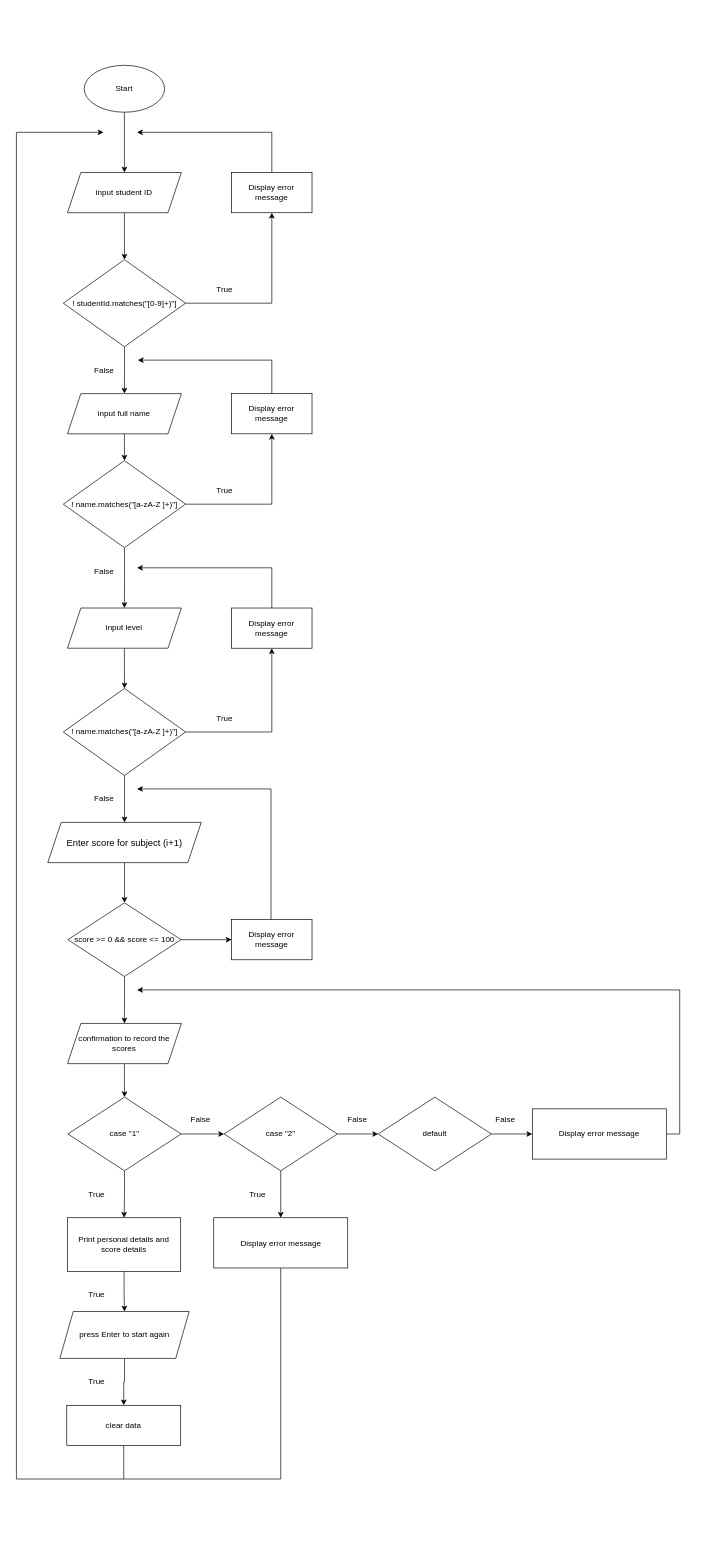
Earlier version of the draw.io diagram Portfolio2.drawio (i4GS/test). Source tidied: cells renumbered, new cells numbered last; positions are measured from the earlier drawing's top-left corner, leaving out a move shared by most shapes. Both pictures are drawn from the tidied source at 67%, with x=0, y=0 at pixel (16, 65).
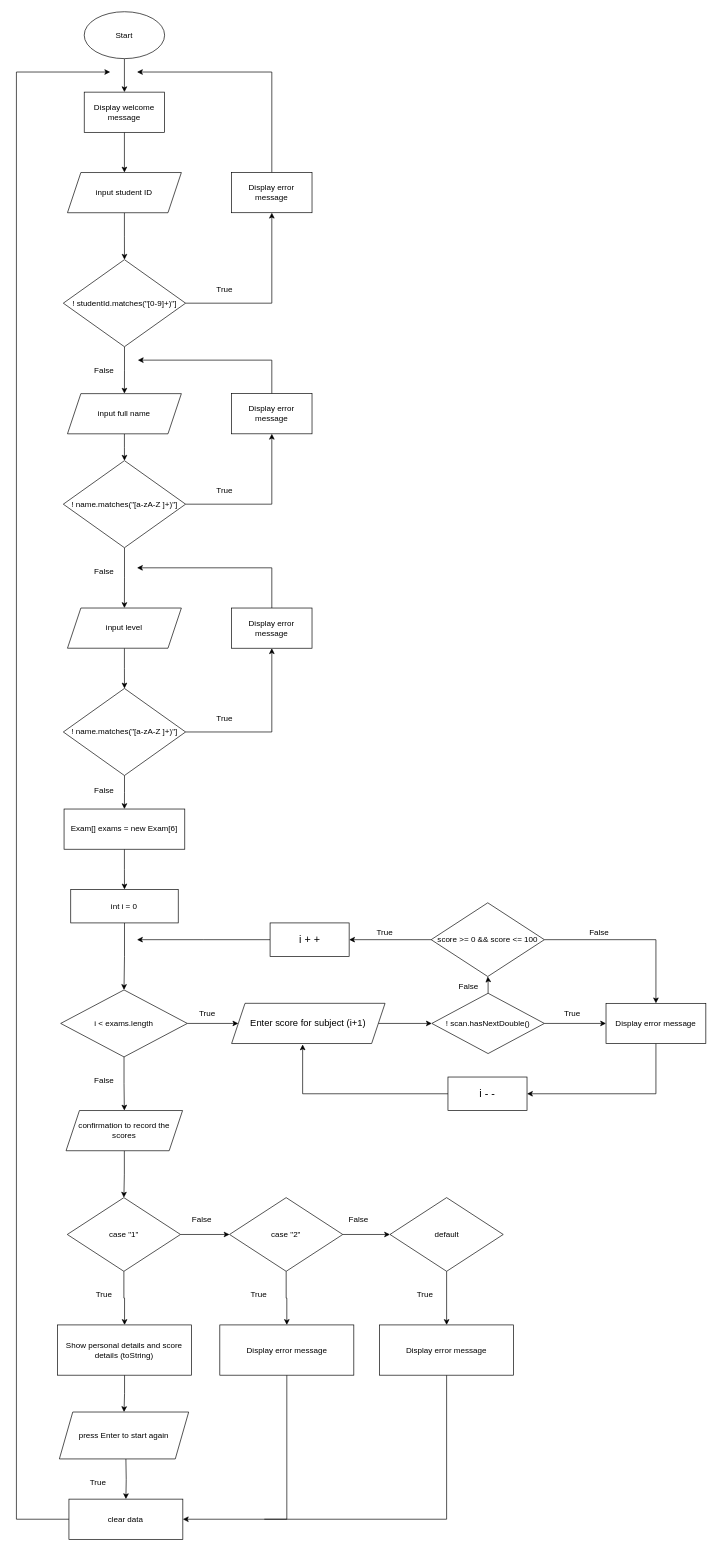
The same page after the edit.

The change refers to these unchanged cells:
```xml
<mxCell id="5" value="input student ID" style="shape=parallelogram;perimeter=parallelogramPerimeter;whiteSpace=wrap;html=1;fixedSize=1;" parent="1" vertex="1">
  <mxGeometry x="76.2" y="160" width="170" height="60" as="geometry" />
</mxCell>
<mxCell id="7" value="Display error message" style="rounded=0;whiteSpace=wrap;html=1;" parent="1" vertex="1">
  <mxGeometry x="321.2" y="160" width="120" height="60" as="geometry" />
</mxCell>
<mxCell id="25" value="! name.matches(&quot;[a-zA-Z ]+)&quot;]" style="rhombus;whiteSpace=wrap;html=1;" parent="1" vertex="1">
  <mxGeometry x="70" y="930" width="182.5" height="130" as="geometry" />
</mxCell>
```

Change to the diagram source:
```diff
@@
-    <mxCell id="2" style="edgeStyle=orthogonalEdgeStyle;rounded=0;jettySize=auto;html=1;" parent="1" edge="1" source="3" target="5">
-      <mxGeometry relative="1" as="geometry" />
-    </mxCell>
+    <mxCell id="65" style="edgeStyle=orthogonalEdgeStyle;rounded=0;jettySize=auto;html=1;" parent="1" edge="1" source="3" target="78">
+      <mxGeometry relative="1" as="geometry" />
+    </mxCell>
     <mxCell id="3" value="Start" style="ellipse;whiteSpace=wrap;html=1;" parent="1" vertex="1">
-      <mxGeometry x="101.2" width="120" height="70" as="geometry" />
+      <mxGeometry x="101.2" y="-80" width="120" height="70" as="geometry" />
     </mxCell>
@@
     <mxCell id="6" style="edgeStyle=orthogonalEdgeStyle;rounded=0;jettySize=auto;html=1;" parent="1" edge="1" source="7">
       <mxGeometry relative="1" as="geometry">
-        <mxPoint x="180" y="100" as="targetPoint" />
+        <mxPoint x="180" y="10" as="targetPoint" />
         <Array as="points">
-          <mxPoint x="381" y="100" />
+          <mxPoint x="381" y="10" />
+          <mxPoint x="180" y="10" />
         </Array>
       </mxGeometry>
     </mxCell>
@@
-    <mxCell id="24" style="edgeStyle=orthogonalEdgeStyle;rounded=0;jettySize=auto;html=1;" parent="1" edge="1" source="25" target="31">
-      <mxGeometry relative="1" as="geometry" />
-    </mxCell>
+    <mxCell id="66" style="edgeStyle=orthogonalEdgeStyle;rounded=0;jettySize=auto;html=1;" parent="1" edge="1" source="25" target="74">
+      <mxGeometry relative="1" as="geometry" />
+    </mxCell>
@@
-    <mxCell id="30" style="edgeStyle=orthogonalEdgeStyle;rounded=0;jettySize=auto;html=1;" parent="1" edge="1" source="31" target="34">
-      <mxGeometry relative="1" as="geometry" />
-    </mxCell>
+    <mxCell id="67" style="edgeStyle=orthogonalEdgeStyle;rounded=0;jettySize=auto;html=1;" parent="1" edge="1" source="31" target="86">
+      <mxGeometry relative="1" as="geometry" />
+    </mxCell>
     <mxCell id="31" value="&lt;font style=&quot;font-size: 14px;&quot;&gt;Enter score for subject (i+1)&lt;/font&gt;" style="shape=parallelogram;perimeter=parallelogramPerimeter;whiteSpace=wrap;html=1;fixedSize=1;" parent="1" vertex="1">
-      <mxGeometry x="46.8" y="1130" width="229" height="60" as="geometry" />
+      <mxGeometry x="321.2" y="1400" width="229" height="60" as="geometry" />
     </mxCell>
-    <mxCell id="32" style="edgeStyle=orthogonalEdgeStyle;rounded=0;jettySize=auto;html=1;entryX=0;entryY=0.5;entryDx=0;entryDy=0;" parent="1" edge="1" source="34" target="36">
-      <mxGeometry relative="1" as="geometry" />
-    </mxCell>
-    <mxCell id="33" style="edgeStyle=orthogonalEdgeStyle;rounded=0;jettySize=auto;html=1;" parent="1" edge="1" source="34" target="38">
-      <mxGeometry relative="1" as="geometry" />
-    </mxCell>
+    <mxCell id="68" style="edgeStyle=orthogonalEdgeStyle;rounded=0;jettySize=auto;html=1;entryX=1;entryY=0.5;entryDx=0;entryDy=0;" parent="1" edge="1" source="34" target="89">
+      <mxGeometry relative="1" as="geometry" />
+    </mxCell>
+    <mxCell id="69" style="edgeStyle=orthogonalEdgeStyle;rounded=0;jettySize=auto;html=1;entryX=0.5;entryY=0;entryDx=0;entryDy=0;" parent="1" edge="1" source="34" target="80">
+      <mxGeometry relative="1" as="geometry" />
+    </mxCell>
     <mxCell id="34" value="score &amp;gt;= 0 &amp;amp;&amp;amp; score &amp;lt;= 100" style="rhombus;whiteSpace=wrap;html=1;" parent="1" vertex="1">
-      <mxGeometry x="76.8" y="1250" width="169" height="110" as="geometry" />
+      <mxGeometry x="619" y="1250" width="169" height="110" as="geometry" />
     </mxCell>
-    <mxCell id="35" style="edgeStyle=orthogonalEdgeStyle;rounded=0;jettySize=auto;html=1;" parent="1" edge="1" source="36">
-      <mxGeometry relative="1" as="geometry">
-        <mxPoint x="180" y="1080" as="targetPoint" />
-        <Array as="points">
-          <mxPoint x="380" y="1080" />
-        </Array>
-      </mxGeometry>
-    </mxCell>
-    <mxCell id="36" value="Display error message" style="rounded=0;whiteSpace=wrap;html=1;" parent="1" vertex="1">
-      <mxGeometry x="321.2" y="1275" width="120" height="60" as="geometry" />
-    </mxCell>
@@
     <mxCell id="38" value="confirmation to record the scores" style="shape=parallelogram;perimeter=parallelogramPerimeter;whiteSpace=wrap;html=1;fixedSize=1;" parent="1" vertex="1">
-      <mxGeometry x="76.2" y="1430" width="170" height="60" as="geometry" />
+      <mxGeometry x="74.1" y="1560" width="173.9" height="60" as="geometry" />
     </mxCell>
     <mxCell id="39" value="False" style="text;html=1;strokeColor=none;fillColor=none;align=center;verticalAlign=middle;whiteSpace=wrap;rounded=0;" parent="1" vertex="1">
-      <mxGeometry x="101.2" y="1080" width="60" height="30" as="geometry" />
+      <mxGeometry x="101.2" y="1068" width="60" height="30" as="geometry" />
     </mxCell>
@@
-    <mxCell id="41" style="edgeStyle=orthogonalEdgeStyle;rounded=0;jettySize=auto;html=1;" parent="1" edge="1" source="42" target="49">
-      <mxGeometry relative="1" as="geometry" />
-    </mxCell>
+    <mxCell id="70" style="edgeStyle=orthogonalEdgeStyle;rounded=0;jettySize=auto;html=1;" parent="1" edge="1" source="42" target="101">
+      <mxGeometry relative="1" as="geometry" />
+    </mxCell>
     <mxCell id="42" value="case &quot;1&quot;" style="rhombus;whiteSpace=wrap;html=1;" parent="1" vertex="1">
-      <mxGeometry x="76.8" y="1540" width="169" height="110" as="geometry" />
+      <mxGeometry x="75.9" y="1690" width="169" height="110" as="geometry" />
     </mxCell>
@@
     <mxCell id="45" value="case &quot;2&quot;" style="rhombus;whiteSpace=wrap;html=1;" parent="1" vertex="1">
-      <mxGeometry x="310" y="1540" width="169" height="110" as="geometry" />
+      <mxGeometry x="318.1" y="1690" width="169" height="110" as="geometry" />
     </mxCell>
-    <mxCell id="46" style="edgeStyle=orthogonalEdgeStyle;rounded=0;jettySize=auto;html=1;" parent="1" edge="1" source="47" target="55">
-      <mxGeometry relative="1" as="geometry" />
-    </mxCell>
+    <mxCell id="71" style="edgeStyle=orthogonalEdgeStyle;rounded=0;jettySize=auto;html=1;" parent="1" edge="1" source="47" target="98">
+      <mxGeometry relative="1" as="geometry" />
+    </mxCell>
     <mxCell id="47" value="default" style="rhombus;whiteSpace=wrap;html=1;" parent="1" vertex="1">
-      <mxGeometry x="540" y="1540" width="169" height="110" as="geometry" />
+      <mxGeometry x="557.6" y="1690" width="169" height="110" as="geometry" />
     </mxCell>
-    <mxCell id="48" style="edgeStyle=orthogonalEdgeStyle;rounded=0;jettySize=auto;html=1;" parent="1" edge="1" source="49" target="51">
-      <mxGeometry relative="1" as="geometry" />
-    </mxCell>
-    <mxCell id="49" value="Print personal details and score details" style="rounded=0;whiteSpace=wrap;html=1;" parent="1" vertex="1">
-      <mxGeometry x="76.2" y="1720" width="169" height="80" as="geometry" />
-    </mxCell>
-    <mxCell id="50" style="edgeStyle=orthogonalEdgeStyle;rounded=0;jettySize=auto;html=1;" parent="1" edge="1" source="51" target="53">
-      <mxGeometry relative="1" as="geometry" />
+    <mxCell id="50" style="edgeStyle=orthogonalEdgeStyle;rounded=0;jettySize=auto;html=1;" parent="1" edge="1" target="53">
+      <mxGeometry relative="1" as="geometry">
+        <mxPoint x="163.4" y="2080" as="sourcePoint" />
+      </mxGeometry>
     </mxCell>
     <mxCell id="51" value="press Enter to start again" style="shape=parallelogram;perimeter=parallelogramPerimeter;whiteSpace=wrap;html=1;fixedSize=1;" parent="1" vertex="1">
-      <mxGeometry x="64.8" y="1860" width="193" height="70" as="geometry" />
+      <mxGeometry x="64.1" y="2010" width="193" height="70" as="geometry" />
     </mxCell>
     <mxCell id="52" style="edgeStyle=orthogonalEdgeStyle;rounded=0;jettySize=auto;html=1;" parent="1" edge="1" source="53">
       <mxGeometry relative="1" as="geometry">
-        <mxPoint x="130" y="100" as="targetPoint" />
+        <mxPoint x="140" y="10" as="targetPoint" />
         <Array as="points">
-          <mxPoint x="160" y="2110" />
-          <mxPoint y="2110" />
-          <mxPoint y="100" />
+          <mxPoint y="2170" />
+          <mxPoint y="10" />
         </Array>
       </mxGeometry>
     </mxCell>
     <mxCell id="53" value="clear data" style="rounded=0;whiteSpace=wrap;html=1;" parent="1" vertex="1">
-      <mxGeometry x="75.2" y="2000" width="170" height="60" as="geometry" />
+      <mxGeometry x="78.4" y="2140" width="170" height="60" as="geometry" />
     </mxCell>
-    <mxCell id="54" style="edgeStyle=orthogonalEdgeStyle;rounded=0;jettySize=auto;html=1;" parent="1" edge="1" source="55">
-      <mxGeometry relative="1" as="geometry">
-        <mxPoint x="180" y="1380" as="targetPoint" />
-        <Array as="points">
-          <mxPoint x="990" y="1595" />
-          <mxPoint x="990" y="1380" />
-        </Array>
-      </mxGeometry>
-    </mxCell>
-    <mxCell id="55" value="Display error message" style="rounded=0;whiteSpace=wrap;html=1;" parent="1" vertex="1">
-      <mxGeometry x="770" y="1557.5" width="200" height="75" as="geometry" />
-    </mxCell>
-    <mxCell id="56" style="edgeStyle=orthogonalEdgeStyle;rounded=0;jettySize=auto;html=1;endArrow=none;endFill=0;" parent="1" edge="1" source="57">
-      <mxGeometry relative="1" as="geometry">
-        <mxPoint x="160" y="2110" as="targetPoint" />
-        <Array as="points">
-          <mxPoint x="394" y="2110" />
-        </Array>
-      </mxGeometry>
-    </mxCell>
+    <mxCell id="72" style="edgeStyle=orthogonalEdgeStyle;rounded=0;jettySize=auto;html=1;entryX=1;entryY=0.5;entryDx=0;entryDy=0;" parent="1" edge="1" source="57" target="53">
+      <mxGeometry relative="1" as="geometry">
+        <Array as="points">
+          <mxPoint x="404" y="2170" />
+        </Array>
+      </mxGeometry>
+    </mxCell>
     <mxCell id="57" value="Display error message" style="rounded=0;whiteSpace=wrap;html=1;" parent="1" vertex="1">
-      <mxGeometry x="294.5" y="1720" width="200" height="75" as="geometry" />
+      <mxGeometry x="303.6" y="1880" width="200" height="75" as="geometry" />
     </mxCell>
     <mxCell id="58" value="True" style="text;html=1;strokeColor=none;fillColor=none;align=center;verticalAlign=middle;whiteSpace=wrap;rounded=0;" parent="1" vertex="1">
-      <mxGeometry x="90" y="1670" width="60" height="30" as="geometry" />
+      <mxGeometry x="101.2" y="1820" width="60" height="30" as="geometry" />
     </mxCell>
     <mxCell id="59" value="False" style="text;html=1;strokeColor=none;fillColor=none;align=center;verticalAlign=middle;whiteSpace=wrap;rounded=0;" parent="1" vertex="1">
-      <mxGeometry x="245.2" y="1557.5" width="60" height="30" as="geometry" />
+      <mxGeometry x="247.4" y="1707.5" width="60" height="30" as="geometry" />
     </mxCell>
     <mxCell id="60" value="False" style="text;html=1;strokeColor=none;fillColor=none;align=center;verticalAlign=middle;whiteSpace=wrap;rounded=0;" parent="1" vertex="1">
-      <mxGeometry x="479" y="1557.5" width="60" height="30" as="geometry" />
+      <mxGeometry x="481.1" y="1707.5" width="60" height="30" as="geometry" />
     </mxCell>
-    <mxCell id="61" value="False" style="text;html=1;strokeColor=none;fillColor=none;align=center;verticalAlign=middle;whiteSpace=wrap;rounded=0;" parent="1" vertex="1">
-      <mxGeometry x="700" y="1557.5" width="60" height="30" as="geometry" />
-    </mxCell>
     <mxCell id="62" value="True" style="text;html=1;strokeColor=none;fillColor=none;align=center;verticalAlign=middle;whiteSpace=wrap;rounded=0;" parent="1" vertex="1">
-      <mxGeometry x="330" y="1670" width="60" height="30" as="geometry" />
+      <mxGeometry x="332.1" y="1820" width="60" height="30" as="geometry" />
     </mxCell>
-    <mxCell id="63" value="True" style="text;html=1;strokeColor=none;fillColor=none;align=center;verticalAlign=middle;whiteSpace=wrap;rounded=0;" parent="1" vertex="1">
-      <mxGeometry x="90" y="1820" width="60" height="30" as="geometry" />
-    </mxCell>
     <mxCell id="64" value="True" style="text;html=1;strokeColor=none;fillColor=none;align=center;verticalAlign=middle;whiteSpace=wrap;rounded=0;" parent="1" vertex="1">
-      <mxGeometry x="90" y="1950" width="60" height="30" as="geometry" />
+      <mxGeometry x="92.1" y="2100" width="60" height="30" as="geometry" />
     </mxCell>
+    <mxCell id="73" style="edgeStyle=orthogonalEdgeStyle;rounded=0;jettySize=auto;html=1;" parent="1" edge="1" source="74" target="76">
+      <mxGeometry relative="1" as="geometry" />
+    </mxCell>
+    <mxCell id="74" value="Exam[] exams = new Exam[6]" style="rounded=0;whiteSpace=wrap;html=1;" parent="1" vertex="1">
+      <mxGeometry x="71.1" y="1110" width="180.2" height="60" as="geometry" />
+    </mxCell>
+    <mxCell id="75" style="edgeStyle=orthogonalEdgeStyle;rounded=0;jettySize=auto;html=1;" parent="1" edge="1" source="76" target="83">
+      <mxGeometry relative="1" as="geometry" />
+    </mxCell>
+    <mxCell id="76" value="int i = 0" style="rounded=0;whiteSpace=wrap;html=1;" parent="1" vertex="1">
+      <mxGeometry x="81.1" y="1230" width="160.4" height="50" as="geometry" />
+    </mxCell>
+    <mxCell id="77" style="edgeStyle=orthogonalEdgeStyle;rounded=0;jettySize=auto;html=1;" parent="1" edge="1" source="78" target="5">
+      <mxGeometry relative="1" as="geometry" />
+    </mxCell>
+    <mxCell id="78" value="Display welcome message" style="rounded=0;whiteSpace=wrap;html=1;" parent="1" vertex="1">
+      <mxGeometry x="101.2" y="40" width="120" height="60" as="geometry" />
+    </mxCell>
+    <mxCell id="79" style="edgeStyle=orthogonalEdgeStyle;rounded=0;jettySize=auto;html=1;entryX=1;entryY=0.5;entryDx=0;entryDy=0;" parent="1" edge="1" source="80" target="87">
+      <mxGeometry relative="1" as="geometry">
+        <Array as="points">
+          <mxPoint x="955" y="1535" />
+        </Array>
+      </mxGeometry>
+    </mxCell>
+    <mxCell id="80" value="Display error message" style="rounded=0;whiteSpace=wrap;html=1;" parent="1" vertex="1">
+      <mxGeometry x="880" y="1400" width="149" height="60" as="geometry" />
+    </mxCell>
+    <mxCell id="81" style="edgeStyle=orthogonalEdgeStyle;rounded=0;jettySize=auto;html=1;" parent="1" edge="1" source="83" target="31">
+      <mxGeometry relative="1" as="geometry" />
+    </mxCell>
+    <mxCell id="82" style="edgeStyle=orthogonalEdgeStyle;rounded=0;jettySize=auto;html=1;" parent="1" edge="1" source="83" target="38">
+      <mxGeometry relative="1" as="geometry" />
+    </mxCell>
+    <mxCell id="83" value="i &amp;lt; exams.length" style="rhombus;whiteSpace=wrap;html=1;" parent="1" vertex="1">
+      <mxGeometry x="66.1" y="1380" width="189" height="100" as="geometry" />
+    </mxCell>
+    <mxCell id="84" style="edgeStyle=orthogonalEdgeStyle;rounded=0;jettySize=auto;html=1;" parent="1" edge="1" source="86" target="80">
+      <mxGeometry relative="1" as="geometry" />
+    </mxCell>
+    <mxCell id="85" style="edgeStyle=orthogonalEdgeStyle;rounded=0;jettySize=auto;html=1;" parent="1" edge="1" source="86" target="34">
+      <mxGeometry relative="1" as="geometry" />
+    </mxCell>
+    <mxCell id="86" value="! scan.hasNextDouble()" style="rhombus;whiteSpace=wrap;html=1;" parent="1" vertex="1">
+      <mxGeometry x="620" y="1385" width="168" height="90" as="geometry" />
+    </mxCell>
+    <mxCell id="87" value="&lt;font style=&quot;font-size: 16px;&quot;&gt;i - -&lt;/font&gt;" style="rounded=0;whiteSpace=wrap;html=1;" parent="1" vertex="1">
+      <mxGeometry x="644.1" y="1510" width="118" height="50" as="geometry" />
+    </mxCell>
+    <mxCell id="88" style="edgeStyle=orthogonalEdgeStyle;rounded=0;jettySize=auto;html=1;" parent="1" edge="1" source="89">
+      <mxGeometry relative="1" as="geometry">
+        <mxPoint x="180" y="1305" as="targetPoint" />
+      </mxGeometry>
+    </mxCell>
+    <mxCell id="89" value="&lt;font style=&quot;font-size: 16px;&quot;&gt;i + +&lt;/font&gt;" style="rounded=0;whiteSpace=wrap;html=1;" parent="1" vertex="1">
+      <mxGeometry x="378.6" y="1280" width="118" height="50" as="geometry" />
+    </mxCell>
+    <mxCell id="90" style="edgeStyle=orthogonalEdgeStyle;rounded=0;jettySize=auto;html=1;entryX=0.463;entryY=1.023;entryDx=0;entryDy=0;entryPerimeter=0;" parent="1" edge="1" source="87" target="31">
+      <mxGeometry relative="1" as="geometry" />
+    </mxCell>
+    <mxCell id="91" value="True" style="text;html=1;strokeColor=none;fillColor=none;align=center;verticalAlign=middle;whiteSpace=wrap;rounded=0;" parent="1" vertex="1">
+      <mxGeometry x="255" y="1400" width="60" height="30" as="geometry" />
+    </mxCell>
+    <mxCell id="92" value="False" style="text;html=1;strokeColor=none;fillColor=none;align=center;verticalAlign=middle;whiteSpace=wrap;rounded=0;" parent="1" vertex="1">
+      <mxGeometry x="101" y="1501" width="60" height="30" as="geometry" />
+    </mxCell>
+    <mxCell id="93" value="True" style="text;html=1;strokeColor=none;fillColor=none;align=center;verticalAlign=middle;whiteSpace=wrap;rounded=0;" parent="1" vertex="1">
+      <mxGeometry x="800" y="1400" width="60" height="30" as="geometry" />
+    </mxCell>
+    <mxCell id="94" value="False" style="text;html=1;strokeColor=none;fillColor=none;align=center;verticalAlign=middle;whiteSpace=wrap;rounded=0;" parent="1" vertex="1">
+      <mxGeometry x="645" y="1360" width="60" height="30" as="geometry" />
+    </mxCell>
+    <mxCell id="95" value="True" style="text;html=1;strokeColor=none;fillColor=none;align=center;verticalAlign=middle;whiteSpace=wrap;rounded=0;" parent="1" vertex="1">
+      <mxGeometry x="520" y="1280" width="60" height="30" as="geometry" />
+    </mxCell>
+    <mxCell id="96" value="False" style="text;html=1;strokeColor=none;fillColor=none;align=center;verticalAlign=middle;whiteSpace=wrap;rounded=0;" parent="1" vertex="1">
+      <mxGeometry x="840" y="1280" width="60" height="30" as="geometry" />
+    </mxCell>
+    <mxCell id="97" style="edgeStyle=orthogonalEdgeStyle;rounded=0;jettySize=auto;html=1;endArrow=none;endFill=0;" parent="1" edge="1" source="98">
+      <mxGeometry relative="1" as="geometry">
+        <mxPoint x="370" y="2170" as="targetPoint" />
+        <Array as="points">
+          <mxPoint x="642" y="2170" />
+        </Array>
+      </mxGeometry>
+    </mxCell>
+    <mxCell id="98" value="Display error message" style="rounded=0;whiteSpace=wrap;html=1;" parent="1" vertex="1">
+      <mxGeometry x="542.1" y="1880" width="200" height="75" as="geometry" />
+    </mxCell>
+    <mxCell id="99" value="True" style="text;html=1;strokeColor=none;fillColor=none;align=center;verticalAlign=middle;whiteSpace=wrap;rounded=0;" parent="1" vertex="1">
+      <mxGeometry x="580" y="1820" width="60" height="30" as="geometry" />
+    </mxCell>
+    <mxCell id="100" style="edgeStyle=orthogonalEdgeStyle;rounded=0;jettySize=auto;html=1;" parent="1" edge="1" source="101" target="51">
+      <mxGeometry relative="1" as="geometry" />
+    </mxCell>
+    <mxCell id="101" value="Show personal details and score details (toString)" style="rounded=0;whiteSpace=wrap;html=1;" parent="1" vertex="1">
+      <mxGeometry x="61.4" y="1880" width="200" height="75" as="geometry" />
+    </mxCell>
```
